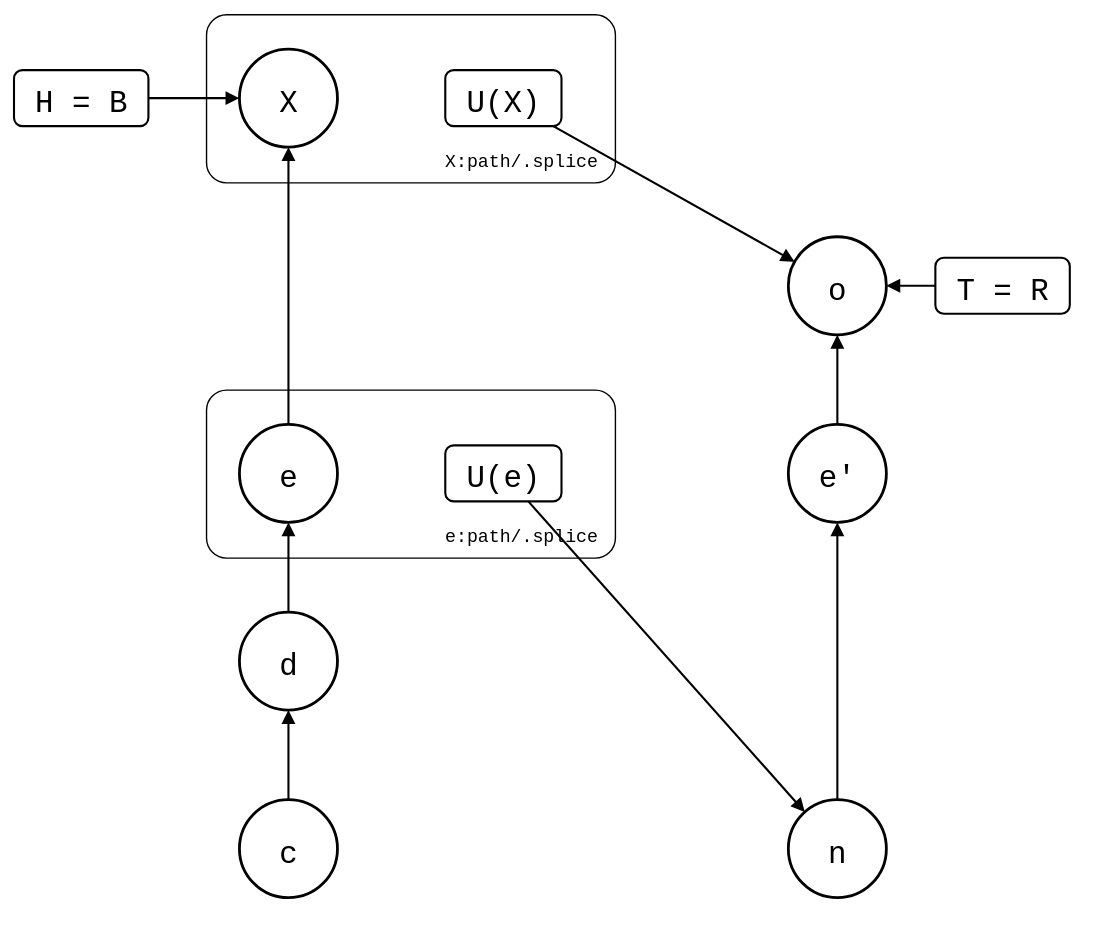
The draw.io diagram test/scenarios/bisect-into-a-pull/after-a-push/after-a-push.drawio.svg in roschaefer/git-splice, before a commit. Source tidied: cells renumbered, new cells last; positions are measured from the earlier drawing's top-left corner, leaving out a move shared by most shapes.
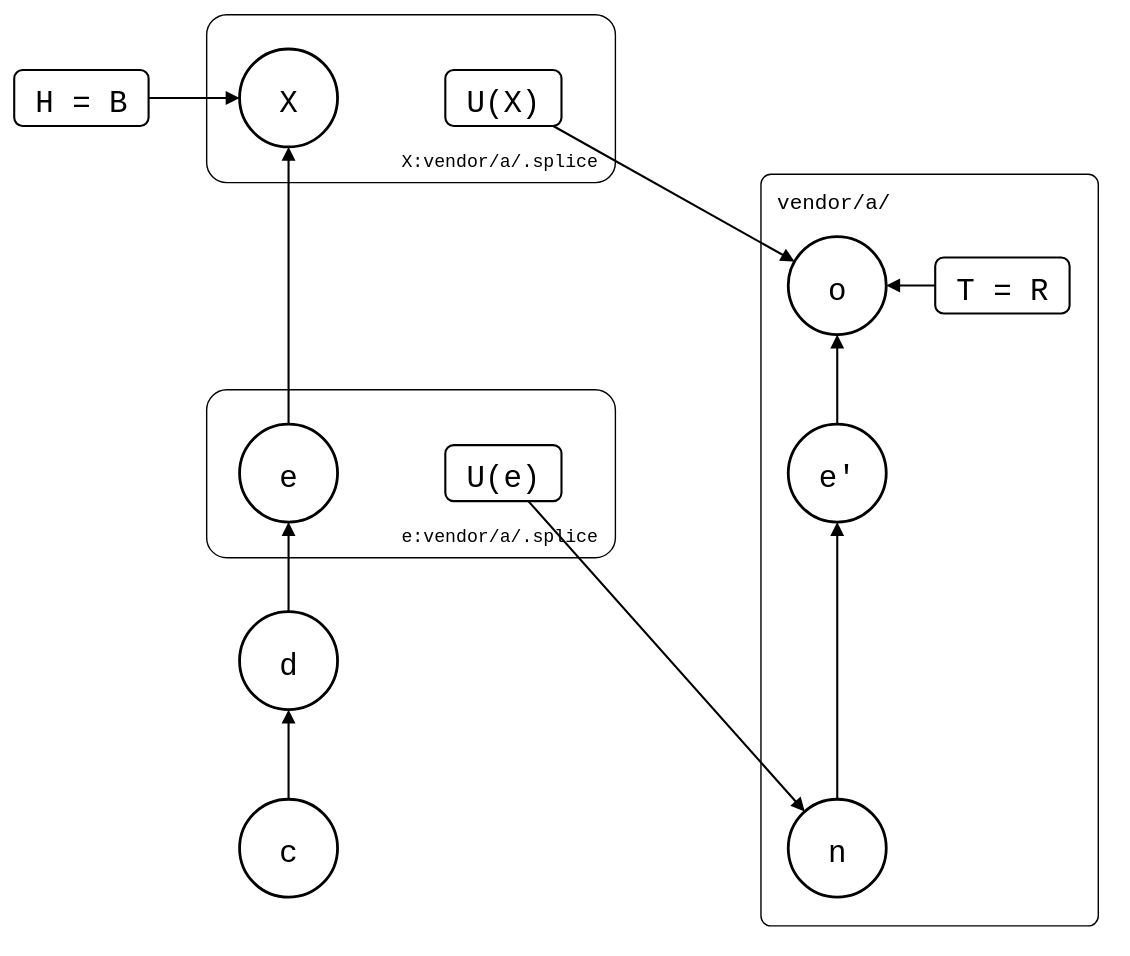
After the commit.

What changed in the source:
```diff
@@ -2,10 +2,13 @@
   <root>
     <mxCell id="0" />
     <mxCell id="1" parent="0" />
+    <mxCell id="24" value="vendor/a/" style="rounded=1;arcSize=3;fillColor=none;strokeWidth=1;fontSize=15;verticalAlign=top;align=left;spacingLeft=10;spacingTop=4;fontFamily=Roboto Mono,monospace;" parent="1" vertex="1">
+      <mxGeometry x="533" y="114" width="241" height="537" as="geometry" />
+    </mxCell>
-    <mxCell id="2" value="e:path/.splice" style="rounded=1;arcSize=12;fillColor=none;strokeWidth=1;fontSize=13;verticalAlign=bottom;spacingBottom=6;spacingLeft=10;spacingRight=10;fontFamily=Roboto Mono,monospace;align=right;" parent="1" vertex="1">
+    <mxCell id="2" value="e:vendor/a/.splice" style="rounded=1;arcSize=12;fillColor=none;strokeWidth=1;fontSize=13;verticalAlign=bottom;spacingBottom=6;spacingLeft=10;spacingRight=10;fontFamily=Roboto Mono,monospace;align=right;" parent="1" vertex="1">
       <mxGeometry x="137" y="268" width="292" height="120" as="geometry" />
     </mxCell>
-    <mxCell id="3" value="X:path/.splice" style="rounded=1;arcSize=12;fillColor=none;strokeWidth=1;fontSize=13;verticalAlign=bottom;spacingBottom=6;spacingLeft=10;spacingRight=10;fontFamily=Roboto Mono,monospace;align=right;" parent="1" vertex="1">
+    <mxCell id="3" value="X:vendor/a/.splice" style="rounded=1;arcSize=12;fillColor=none;strokeWidth=1;fontSize=13;verticalAlign=bottom;spacingBottom=6;spacingLeft=10;spacingRight=10;fontFamily=Roboto Mono,monospace;align=right;" parent="1" vertex="1">
       <mxGeometry x="137" width="292" height="120" as="geometry" />
     </mxCell>
     <mxCell id="4" value="c" style="ellipse;strokeWidth=2;fontSize=22;fontFamily=Roboto Mono,monospace;" parent="1" vertex="1">
```
